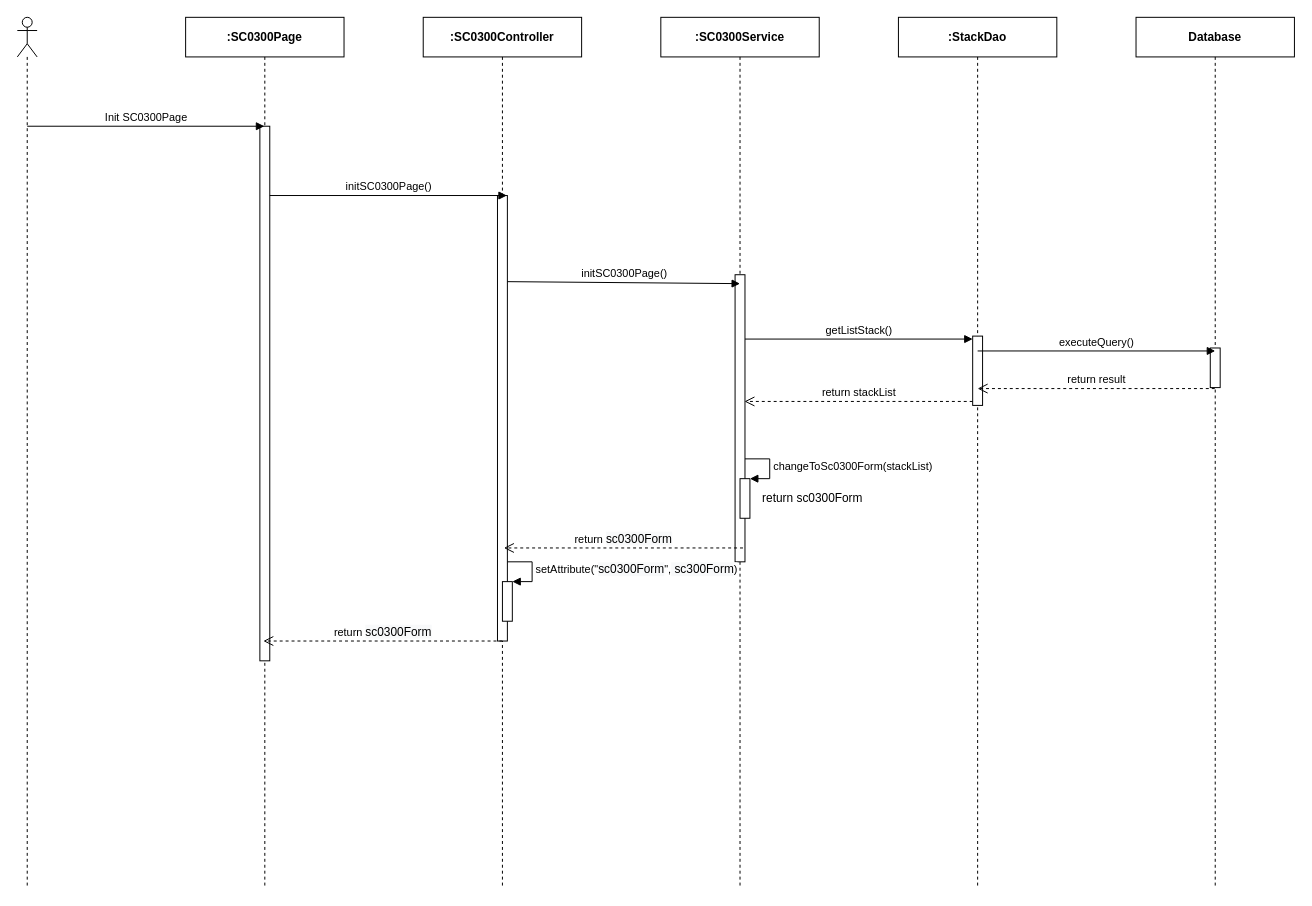
luannmdev/CapstoneDocument keeps this draw.io diagram as page "Ev01" (1 of 4) of 2. Approved/SEQ Diagram/sc03/SC0300_StackManage.drawio. Above is the earlier version. Source tidied: cells renumbered, new cells numbered last; positions are measured from the earlier drawing's top-left corner, leaving out a move shared by most shapes. Both pictures are drawn from the tidied source at 99%, with x=0, y=0 at pixel (17, 17).
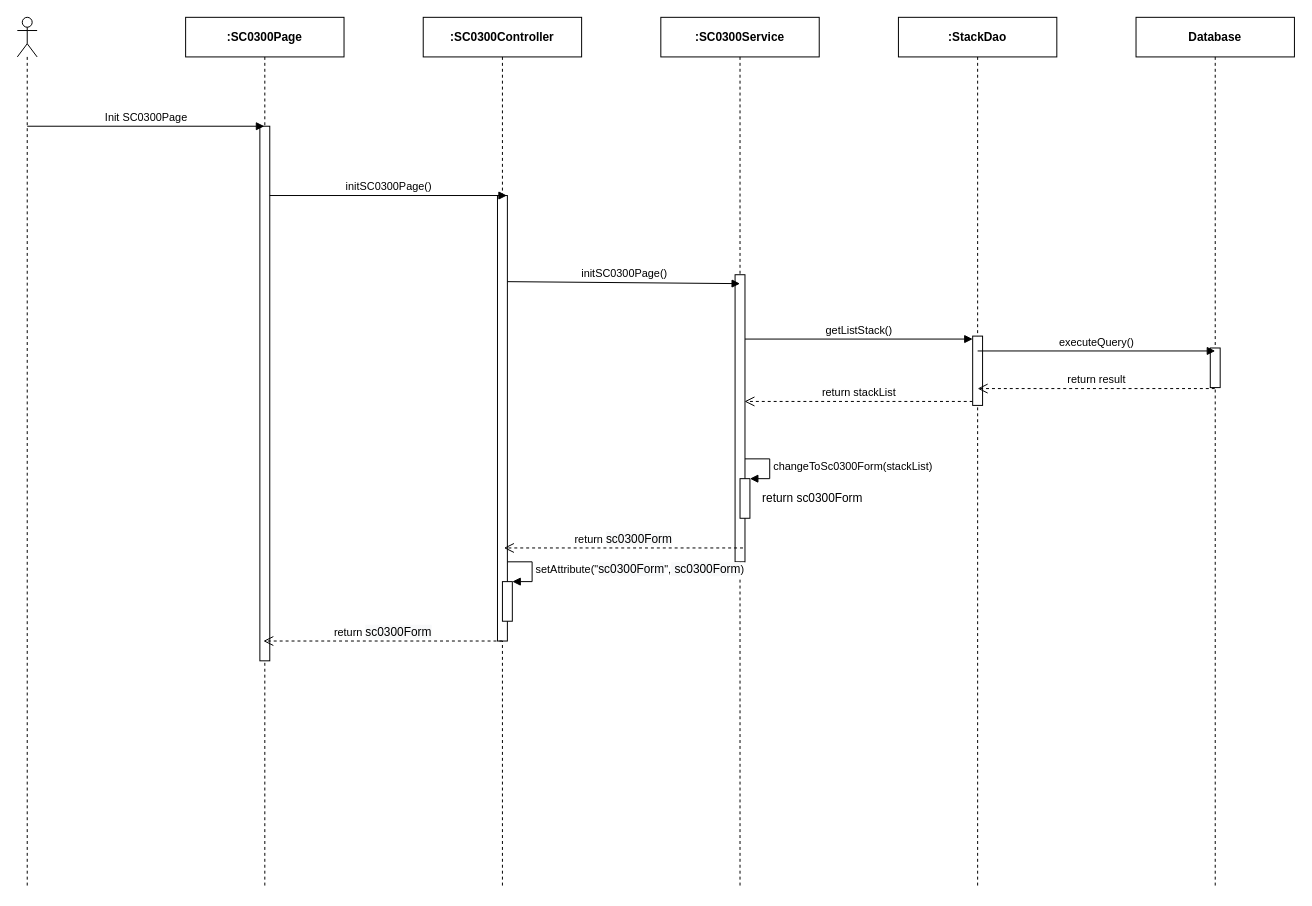
The same diagram, later.

The change refers to these unchanged cells:
```xml
<mxCell id="25" style="html=1;points=[];perimeter=orthogonalPerimeter;" parent="1" vertex="1">
  <mxGeometry x="490" y="570" width="10" height="40" as="geometry" />
</mxCell>
```

Change to the diagram source:
```diff
@@
-    <mxCell id="26" value="&lt;div style=&quot;text-align: center&quot;&gt;setAttribute(&quot;&lt;span style=&quot;font-size: 12px ; text-align: center ; background-color: rgb(248 , 249 , 250)&quot;&gt;sc0300Form&lt;/span&gt;&quot;,&lt;span style=&quot;font-size: 12px ; background-color: rgb(248 , 249 , 250)&quot;&gt;&amp;nbsp;sc300Form&lt;/span&gt;)&lt;/div&gt;" style="edgeStyle=orthogonalEdgeStyle;html=1;align=left;spacingLeft=2;endArrow=block;rounded=0;entryX=1;entryY=0;" parent="1" edge="1" target="25">
+    <mxCell id="26" value="&lt;div style=&quot;text-align: center&quot;&gt;setAttribute(&quot;&lt;span style=&quot;font-size: 12px ; text-align: center ; background-color: rgb(248 , 249 , 250)&quot;&gt;sc0300Form&lt;/span&gt;&quot;,&lt;span style=&quot;font-size: 12px ; background-color: rgb(248 , 249 , 250)&quot;&gt;&amp;nbsp;sc0300Form&lt;/span&gt;)&lt;/div&gt;" style="edgeStyle=orthogonalEdgeStyle;html=1;align=left;spacingLeft=2;endArrow=block;rounded=0;entryX=1;entryY=0;" parent="1" edge="1" target="25">
       <mxGeometry relative="1" as="geometry">
         <mxPoint x="495" y="550" as="sourcePoint" />
         <Array as="points">
           <mxPoint x="520" y="550" />
         </Array>
       </mxGeometry>
     </mxCell>
```
